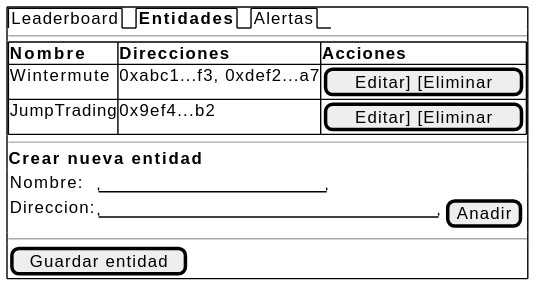
This is imagenes/capitulo2/prototipo-entidades.svg from nekiiiiis/tfg, a PlantUML export, as it was before one commit.
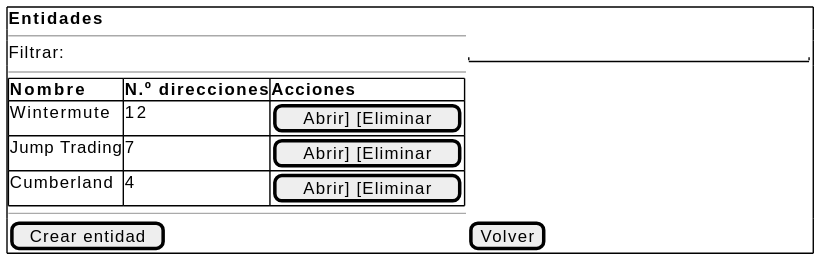
The same file after the commit.

What changed in the source:
```diff
@@ -1,19 +1,16 @@
 @startsalt
 {+
-  {/ Leaderboard | <b>Entidades | Alertas }
+  <b>Entidades
+  ---
+  Filtrar: | "                              "
   ---
   {#
-    <b>Nombre      | <b>Direcciones                   | <b>Acciones
-    Wintermute  | 0xabc1...f3, 0xdef2...a7        | [Editar] [Eliminar]
-    JumpTrading | 0x9ef4...b2                     | [Editar] [Eliminar]
+    <b>Nombre        | <b>N.º direcciones | <b>Acciones
+    Wintermute     | 12                 | [Abrir] [Eliminar]
+    Jump Trading   | 7                  | [Abrir] [Eliminar]
+    Cumberland     | 4                  | [Abrir] [Eliminar]
   }
   ---
-  <b>Crear nueva entidad
-  {
-    Nombre:    | "                    "
-    Direccion: | "                              " | [Anadir]
-  }
-  ---
-  [Guardar entidad]
+  [Crear entidad] | [Volver]
 }
 @endsalt
```
